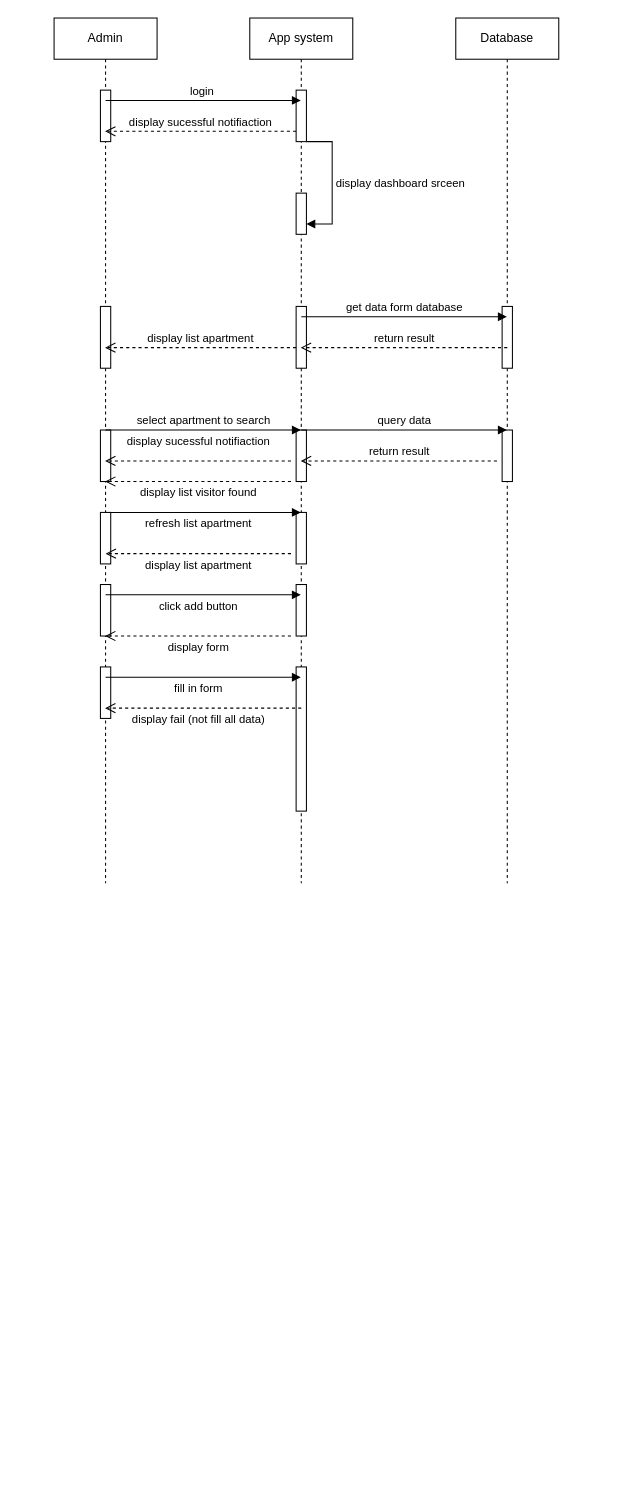
The draw.io diagram page "Page-3" (3 of 4) of diagram/Sequence Diagram 3.drawio in duongminhthanh/app_system_management_visitor_for_old_aparment, before the edit. Source tidied: cells renumbered, new cells numbered last; positions are measured from the earlier drawing's top-left corner, leaving out a move shared by most shapes. Both pictures are drawn from the tidied source at 103%, with x=0, y=0 at pixel (54, 18).
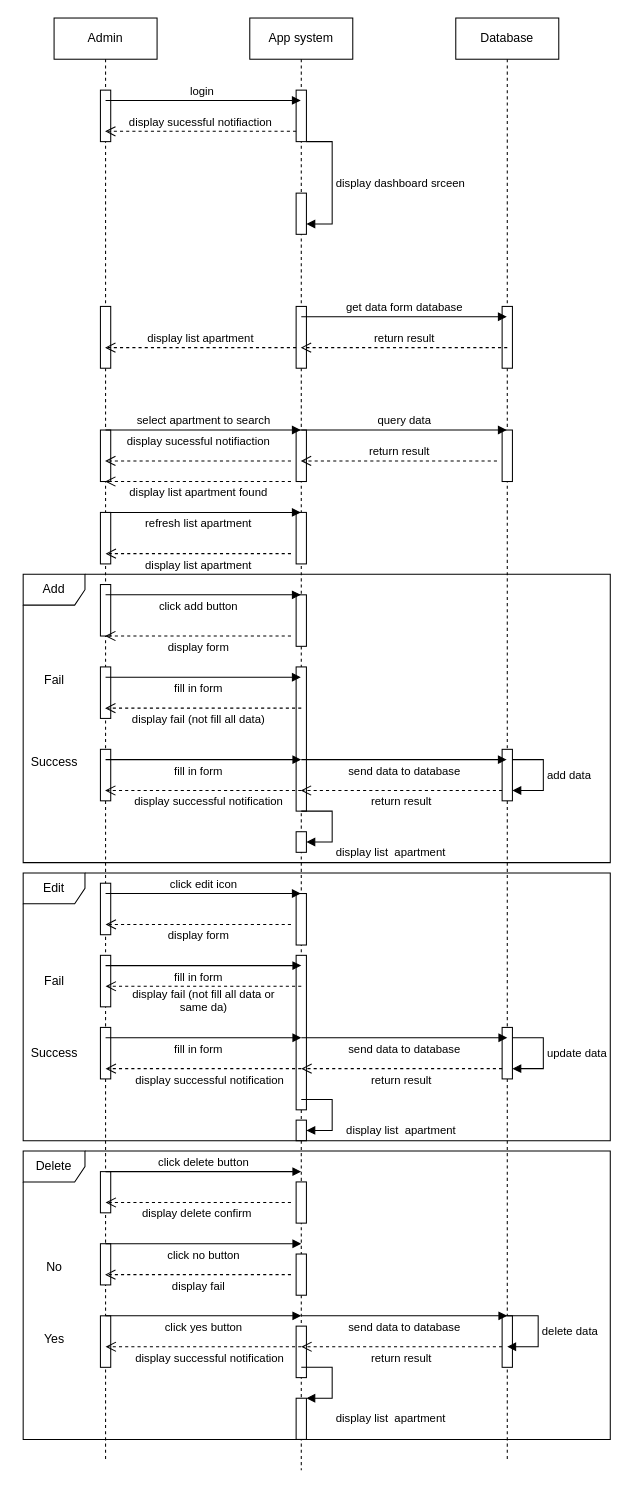
The same page after the edit.

The edit, as a diff of the source:
```diff
@@
     <mxCell id="2" value="Admin" style="shape=umlLifeline;perimeter=lifelinePerimeter;whiteSpace=wrap;html=1;outlineConnect=0;portConstraint=eastwest;newEdgeStyle={&quot;edgeStyle&quot;:&quot;elbowEdgeStyle&quot;,&quot;elbow&quot;:&quot;vertical&quot;,&quot;curved&quot;:0,&quot;rounded&quot;:0};" parent="1" vertex="1">
-      <mxGeometry width="100" height="840" as="geometry" />
+      <mxGeometry width="100" height="1400" as="geometry" />
     </mxCell>
@@
+    <mxCell id="37" style="html=1;perimeter=orthogonalPerimeter;targetShapes=umlLifeline;newEdgeStyle={&quot;edgeStyle&quot;:&quot;elbowEdgeStyle&quot;,&quot;elbow&quot;:&quot;vertical&quot;,&quot;curved&quot;:0,&quot;rounded&quot;:0};" parent="2" vertex="1">
+      <mxGeometry x="45" y="710" width="10" height="50" as="geometry" />
+    </mxCell>
+    <mxCell id="38" style="html=1;perimeter=orthogonalPerimeter;targetShapes=umlLifeline;newEdgeStyle={&quot;edgeStyle&quot;:&quot;elbowEdgeStyle&quot;,&quot;elbow&quot;:&quot;vertical&quot;,&quot;curved&quot;:0,&quot;rounded&quot;:0};" parent="2" vertex="1">
+      <mxGeometry x="45" y="840" width="10" height="50" as="geometry" />
+    </mxCell>
+    <mxCell id="39" style="html=1;perimeter=orthogonalPerimeter;targetShapes=umlLifeline;newEdgeStyle={&quot;edgeStyle&quot;:&quot;elbowEdgeStyle&quot;,&quot;elbow&quot;:&quot;vertical&quot;,&quot;curved&quot;:0,&quot;rounded&quot;:0};" parent="2" vertex="1">
+      <mxGeometry x="45" y="910" width="10" height="50" as="geometry" />
+    </mxCell>
+    <mxCell id="40" style="html=1;perimeter=orthogonalPerimeter;targetShapes=umlLifeline;newEdgeStyle={&quot;edgeStyle&quot;:&quot;elbowEdgeStyle&quot;,&quot;elbow&quot;:&quot;vertical&quot;,&quot;curved&quot;:0,&quot;rounded&quot;:0};" parent="2" vertex="1">
+      <mxGeometry x="45" y="980" width="10" height="50" as="geometry" />
+    </mxCell>
+    <mxCell id="41" style="html=1;perimeter=orthogonalPerimeter;targetShapes=umlLifeline;newEdgeStyle={&quot;edgeStyle&quot;:&quot;elbowEdgeStyle&quot;,&quot;elbow&quot;:&quot;vertical&quot;,&quot;curved&quot;:0,&quot;rounded&quot;:0};" parent="2" vertex="1">
+      <mxGeometry x="45" y="1120" width="10" height="40" as="geometry" />
+    </mxCell>
+    <mxCell id="42" style="html=1;perimeter=orthogonalPerimeter;targetShapes=umlLifeline;newEdgeStyle={&quot;edgeStyle&quot;:&quot;elbowEdgeStyle&quot;,&quot;elbow&quot;:&quot;vertical&quot;,&quot;curved&quot;:0,&quot;rounded&quot;:0};" parent="2" vertex="1">
+      <mxGeometry x="45" y="1190" width="10" height="40" as="geometry" />
+    </mxCell>
+    <mxCell id="43" style="html=1;perimeter=orthogonalPerimeter;targetShapes=umlLifeline;newEdgeStyle={&quot;edgeStyle&quot;:&quot;elbowEdgeStyle&quot;,&quot;elbow&quot;:&quot;vertical&quot;,&quot;curved&quot;:0,&quot;rounded&quot;:0};" parent="2" vertex="1">
+      <mxGeometry x="45" y="1260" width="10" height="50" as="geometry" />
+    </mxCell>
     <mxCell id="9" value="App system" style="shape=umlLifeline;perimeter=lifelinePerimeter;whiteSpace=wrap;html=1;outlineConnect=0;portConstraint=eastwest;newEdgeStyle={&quot;edgeStyle&quot;:&quot;elbowEdgeStyle&quot;,&quot;elbow&quot;:&quot;vertical&quot;,&quot;curved&quot;:0,&quot;rounded&quot;:0};" parent="1" vertex="1">
-      <mxGeometry x="190" width="100" height="840" as="geometry" />
+      <mxGeometry x="190" width="100" height="1410" as="geometry" />
     </mxCell>
@@
     <mxCell id="16" style="html=1;perimeter=orthogonalPerimeter;targetShapes=umlLifeline;newEdgeStyle={&quot;edgeStyle&quot;:&quot;elbowEdgeStyle&quot;,&quot;elbow&quot;:&quot;vertical&quot;,&quot;curved&quot;:0,&quot;rounded&quot;:0};" parent="9" vertex="1">
-      <mxGeometry x="45" y="550" width="10" height="50" as="geometry" />
+      <mxGeometry x="45" y="560" width="10" height="50" as="geometry" />
     </mxCell>
@@
+    <mxCell id="44" style="html=1;points=[];perimeter=orthogonalPerimeter;outlineConnect=0;targetShapes=umlLifeline;portConstraint=eastwest;newEdgeStyle={&quot;edgeStyle&quot;:&quot;elbowEdgeStyle&quot;,&quot;elbow&quot;:&quot;vertical&quot;,&quot;curved&quot;:0,&quot;rounded&quot;:0};" parent="9" vertex="1">
+      <mxGeometry x="45" y="790" width="10" height="20" as="geometry" />
+    </mxCell>
+    <mxCell id="45" value="display list&amp;nbsp; apartment" style="html=1;align=left;spacingLeft=2;endArrow=block;rounded=0;edgeStyle=orthogonalEdgeStyle;curved=0;rounded=0;" parent="9" edge="1" target="44">
+      <mxGeometry x="0.41" y="10" relative="1" as="geometry">
+        <mxPoint x="50" y="770" as="sourcePoint" />
+        <Array as="points">
+          <mxPoint x="80" y="800" />
+        </Array>
+      </mxGeometry>
+    </mxCell>
+    <mxCell id="46" style="html=1;perimeter=orthogonalPerimeter;targetShapes=umlLifeline;newEdgeStyle={&quot;edgeStyle&quot;:&quot;elbowEdgeStyle&quot;,&quot;elbow&quot;:&quot;vertical&quot;,&quot;curved&quot;:0,&quot;rounded&quot;:0};" parent="9" vertex="1">
+      <mxGeometry x="45" y="850" width="10" height="50" as="geometry" />
+    </mxCell>
+    <mxCell id="47" style="html=1;perimeter=orthogonalPerimeter;targetShapes=umlLifeline;newEdgeStyle={&quot;edgeStyle&quot;:&quot;elbowEdgeStyle&quot;,&quot;elbow&quot;:&quot;vertical&quot;,&quot;curved&quot;:0,&quot;rounded&quot;:0};" parent="9" vertex="1">
+      <mxGeometry x="45" y="910" width="10" height="150" as="geometry" />
+    </mxCell>
+    <mxCell id="48" style="html=1;points=[];perimeter=orthogonalPerimeter;outlineConnect=0;targetShapes=umlLifeline;portConstraint=eastwest;newEdgeStyle={&quot;edgeStyle&quot;:&quot;elbowEdgeStyle&quot;,&quot;elbow&quot;:&quot;vertical&quot;,&quot;curved&quot;:0,&quot;rounded&quot;:0};" parent="9" vertex="1">
+      <mxGeometry x="45" y="1070" width="10" height="20" as="geometry" />
+    </mxCell>
+    <mxCell id="49" value="display list&amp;nbsp; apartment" style="html=1;align=left;spacingLeft=2;endArrow=block;rounded=0;edgeStyle=orthogonalEdgeStyle;curved=0;rounded=0;" parent="9" edge="1" target="48">
+      <mxGeometry x="0.41" y="-10" relative="1" as="geometry">
+        <mxPoint x="50" y="1050" as="sourcePoint" />
+        <Array as="points">
+          <mxPoint x="80" y="1080" />
+        </Array>
+        <mxPoint x="10" y="10" as="offset" />
+      </mxGeometry>
+    </mxCell>
+    <mxCell id="50" style="html=1;perimeter=orthogonalPerimeter;targetShapes=umlLifeline;newEdgeStyle={&quot;edgeStyle&quot;:&quot;elbowEdgeStyle&quot;,&quot;elbow&quot;:&quot;vertical&quot;,&quot;curved&quot;:0,&quot;rounded&quot;:0};" parent="9" vertex="1">
+      <mxGeometry x="45" y="1130" width="10" height="40" as="geometry" />
+    </mxCell>
+    <mxCell id="51" style="html=1;perimeter=orthogonalPerimeter;targetShapes=umlLifeline;newEdgeStyle={&quot;edgeStyle&quot;:&quot;elbowEdgeStyle&quot;,&quot;elbow&quot;:&quot;vertical&quot;,&quot;curved&quot;:0,&quot;rounded&quot;:0};" parent="9" vertex="1">
+      <mxGeometry x="45" y="1200" width="10" height="40" as="geometry" />
+    </mxCell>
+    <mxCell id="52" style="html=1;perimeter=orthogonalPerimeter;targetShapes=umlLifeline;newEdgeStyle={&quot;edgeStyle&quot;:&quot;elbowEdgeStyle&quot;,&quot;elbow&quot;:&quot;vertical&quot;,&quot;curved&quot;:0,&quot;rounded&quot;:0};" parent="9" vertex="1">
+      <mxGeometry x="45" y="1270" width="10" height="50" as="geometry" />
+    </mxCell>
+    <mxCell id="53" style="html=1;perimeter=orthogonalPerimeter;targetShapes=umlLifeline;newEdgeStyle={&quot;edgeStyle&quot;:&quot;elbowEdgeStyle&quot;,&quot;elbow&quot;:&quot;vertical&quot;,&quot;curved&quot;:0,&quot;rounded&quot;:0};" parent="9" vertex="1">
+      <mxGeometry x="45" y="1340" width="10" height="40" as="geometry" />
+    </mxCell>
     <mxCell id="18" value="Database" style="shape=umlLifeline;perimeter=lifelinePerimeter;whiteSpace=wrap;html=1;outlineConnect=0;portConstraint=eastwest;newEdgeStyle={&quot;edgeStyle&quot;:&quot;elbowEdgeStyle&quot;,&quot;elbow&quot;:&quot;vertical&quot;,&quot;curved&quot;:0,&quot;rounded&quot;:0};" parent="1" vertex="1">
-      <mxGeometry x="390" width="100" height="840" as="geometry" />
+      <mxGeometry x="390" width="100" height="1400" as="geometry" />
     </mxCell>
@@
+    <mxCell id="54" style="html=1;points=[];perimeter=orthogonalPerimeter;outlineConnect=0;targetShapes=umlLifeline;portConstraint=eastwest;newEdgeStyle={&quot;edgeStyle&quot;:&quot;elbowEdgeStyle&quot;,&quot;elbow&quot;:&quot;vertical&quot;,&quot;curved&quot;:0,&quot;rounded&quot;:0};" parent="18" vertex="1">
+      <mxGeometry x="45" y="710" width="10" height="50" as="geometry" />
+    </mxCell>
+    <mxCell id="55" style="html=1;points=[];perimeter=orthogonalPerimeter;outlineConnect=0;targetShapes=umlLifeline;portConstraint=eastwest;newEdgeStyle={&quot;edgeStyle&quot;:&quot;elbowEdgeStyle&quot;,&quot;elbow&quot;:&quot;vertical&quot;,&quot;curved&quot;:0,&quot;rounded&quot;:0};" parent="18" vertex="1">
+      <mxGeometry x="45" y="980" width="10" height="50" as="geometry" />
+    </mxCell>
+    <mxCell id="56" value="add data" style="html=1;align=left;spacingLeft=2;endArrow=block;rounded=0;edgeStyle=orthogonalEdgeStyle;curved=0;rounded=0;" parent="18" edge="1" target="54">
+      <mxGeometry relative="1" as="geometry">
+        <mxPoint x="55" y="720" as="sourcePoint" />
+        <Array as="points">
+          <mxPoint x="85" y="720" />
+          <mxPoint x="85" y="750" />
+        </Array>
+      </mxGeometry>
+    </mxCell>
+    <mxCell id="57" style="html=1;perimeter=orthogonalPerimeter;targetShapes=umlLifeline;newEdgeStyle={&quot;edgeStyle&quot;:&quot;elbowEdgeStyle&quot;,&quot;elbow&quot;:&quot;vertical&quot;,&quot;curved&quot;:0,&quot;rounded&quot;:0};" parent="18" vertex="1">
+      <mxGeometry x="45" y="1260" width="10" height="50" as="geometry" />
+    </mxCell>
@@
-    <mxCell id="30" value="display list visitor found" style="html=1;verticalAlign=bottom;endArrow=open;dashed=1;endSize=8;edgeStyle=elbowEdgeStyle;elbow=vertical;curved=0;rounded=0;" parent="1" edge="1" target="2">
+    <mxCell id="30" value="display list apartment found" style="html=1;verticalAlign=bottom;endArrow=open;dashed=1;endSize=8;edgeStyle=elbowEdgeStyle;elbow=vertical;curved=0;rounded=0;" parent="1" edge="1" target="2">
       <mxGeometry y="20" relative="1" as="geometry">
         <mxPoint x="230" y="450" as="sourcePoint" />
       </mxGeometry>
     </mxCell>
@@
+    <mxCell id="58" value="fill in form" style="html=1;verticalAlign=bottom;endArrow=block;edgeStyle=elbowEdgeStyle;elbow=vertical;curved=0;rounded=0;" parent="1" edge="1">
+      <mxGeometry x="-0.05" y="-20" relative="1" as="geometry">
+        <mxPoint x="50" y="720" as="sourcePoint" />
+        <mxPoint x="240" y="720" as="targetPoint" />
+      </mxGeometry>
+    </mxCell>
+    <mxCell id="59" value="send data to database" style="html=1;verticalAlign=bottom;endArrow=block;edgeStyle=elbowEdgeStyle;elbow=vertical;curved=0;rounded=0;" parent="1" edge="1" target="18">
+      <mxGeometry y="-20" relative="1" as="geometry">
+        <mxPoint x="240" y="720" as="sourcePoint" />
+      </mxGeometry>
+    </mxCell>
+    <mxCell id="60" value="return result" style="html=1;verticalAlign=bottom;endArrow=open;dashed=1;endSize=8;edgeStyle=elbowEdgeStyle;elbow=vertical;curved=0;rounded=0;" parent="1" edge="1" source="54" target="9">
+      <mxGeometry y="20" relative="1" as="geometry">
+        <Array as="points">
+          <mxPoint x="340" y="750" />
+          <mxPoint x="400" y="760" />
+        </Array>
+      </mxGeometry>
+    </mxCell>
+    <mxCell id="61" value="display successful notification" style="html=1;verticalAlign=bottom;endArrow=open;dashed=1;endSize=8;edgeStyle=elbowEdgeStyle;elbow=vertical;curved=0;rounded=0;" parent="1" edge="1" target="2">
+      <mxGeometry x="-0.06" y="20" relative="1" as="geometry">
+        <mxPoint x="240" y="750" as="sourcePoint" />
+      </mxGeometry>
+    </mxCell>
+    <mxCell id="62" value="click edit icon" style="html=1;verticalAlign=bottom;endArrow=block;edgeStyle=elbowEdgeStyle;elbow=vertical;curved=0;rounded=0;" parent="1" edge="1" target="9">
+      <mxGeometry relative="1" as="geometry">
+        <mxPoint x="50" y="850" as="sourcePoint" />
+      </mxGeometry>
+    </mxCell>
+    <mxCell id="63" value="display form" style="html=1;verticalAlign=bottom;endArrow=open;dashed=1;endSize=8;edgeStyle=elbowEdgeStyle;elbow=vertical;curved=0;rounded=0;" parent="1" edge="1">
+      <mxGeometry y="20" relative="1" as="geometry">
+        <mxPoint x="230" y="880" as="sourcePoint" />
+        <mxPoint x="50" y="880" as="targetPoint" />
+      </mxGeometry>
+    </mxCell>
+    <mxCell id="64" value="fill in form" style="html=1;verticalAlign=bottom;endArrow=block;edgeStyle=elbowEdgeStyle;elbow=vertical;curved=0;rounded=0;" parent="1" edge="1">
+      <mxGeometry x="-0.05" y="-20" relative="1" as="geometry">
+        <mxPoint x="50" y="920" as="sourcePoint" />
+        <mxPoint x="240" y="920" as="targetPoint" />
+      </mxGeometry>
+    </mxCell>
+    <mxCell id="65" value="display fail (not fill all data or &lt;br&gt;same da)" style="html=1;verticalAlign=bottom;endArrow=open;dashed=1;endSize=8;edgeStyle=elbowEdgeStyle;elbow=vertical;curved=0;rounded=0;" parent="1" edge="1">
+      <mxGeometry y="30" relative="1" as="geometry">
+        <mxPoint x="240" y="940" as="sourcePoint" />
+        <mxPoint x="50" y="940" as="targetPoint" />
+      </mxGeometry>
+    </mxCell>
+    <mxCell id="66" value="fill in form" style="html=1;verticalAlign=bottom;endArrow=block;edgeStyle=elbowEdgeStyle;elbow=vertical;curved=0;rounded=0;" parent="1" edge="1">
+      <mxGeometry x="-0.05" y="-20" relative="1" as="geometry">
+        <mxPoint x="50" y="990" as="sourcePoint" />
+        <mxPoint x="240" y="990" as="targetPoint" />
+      </mxGeometry>
+    </mxCell>
+    <mxCell id="67" value="send data to database" style="html=1;verticalAlign=bottom;endArrow=block;edgeStyle=elbowEdgeStyle;elbow=vertical;curved=0;rounded=0;" parent="1" edge="1">
+      <mxGeometry y="-20" relative="1" as="geometry">
+        <mxPoint x="240" y="990" as="sourcePoint" />
+        <mxPoint x="440" y="990" as="targetPoint" />
+      </mxGeometry>
+    </mxCell>
+    <mxCell id="68" value="update data" style="html=1;align=left;spacingLeft=2;endArrow=block;rounded=0;edgeStyle=orthogonalEdgeStyle;curved=0;rounded=0;" parent="1" edge="1" target="55">
+      <mxGeometry relative="1" as="geometry">
+        <mxPoint x="445" y="990" as="sourcePoint" />
+        <Array as="points">
+          <mxPoint x="475" y="990" />
+          <mxPoint x="475" y="1020" />
+        </Array>
+      </mxGeometry>
+    </mxCell>
+    <mxCell id="69" value="return result" style="html=1;verticalAlign=bottom;endArrow=open;dashed=1;endSize=8;edgeStyle=elbowEdgeStyle;elbow=vertical;curved=0;rounded=0;" parent="1" edge="1">
+      <mxGeometry y="20" relative="1" as="geometry">
+        <mxPoint x="435" y="1020" as="sourcePoint" />
+        <mxPoint x="240" y="1020" as="targetPoint" />
+        <Array as="points">
+          <mxPoint x="340" y="1020" />
+          <mxPoint x="400" y="1030" />
+        </Array>
+      </mxGeometry>
+    </mxCell>
+    <mxCell id="70" value="display successful notification" style="html=1;verticalAlign=bottom;endArrow=open;dashed=1;endSize=8;edgeStyle=elbowEdgeStyle;elbow=vertical;curved=0;rounded=0;" parent="1" edge="1">
+      <mxGeometry x="-0.06" y="20" relative="1" as="geometry">
+        <mxPoint x="240" y="1020" as="sourcePoint" />
+        <mxPoint x="50" y="1020" as="targetPoint" />
+      </mxGeometry>
+    </mxCell>
+    <mxCell id="71" value="Add" style="shape=umlFrame;whiteSpace=wrap;html=1;" parent="1" vertex="1">
+      <mxGeometry x="-30" y="540" width="570" height="280" as="geometry" />
+    </mxCell>
+    <mxCell id="72" value="click delete button" style="html=1;verticalAlign=bottom;endArrow=block;edgeStyle=elbowEdgeStyle;elbow=vertical;curved=0;rounded=0;" parent="1" edge="1">
+      <mxGeometry relative="1" as="geometry">
+        <mxPoint x="50" y="1120" as="sourcePoint" />
+        <mxPoint x="240" y="1120" as="targetPoint" />
+      </mxGeometry>
+    </mxCell>
+    <mxCell id="73" value="display delete confirm&amp;nbsp;" style="html=1;verticalAlign=bottom;endArrow=open;dashed=1;endSize=8;edgeStyle=elbowEdgeStyle;elbow=vertical;curved=0;rounded=0;" parent="1" edge="1">
+      <mxGeometry y="20" relative="1" as="geometry">
+        <mxPoint x="230" y="1150" as="sourcePoint" />
+        <mxPoint x="50" y="1150" as="targetPoint" />
+      </mxGeometry>
+    </mxCell>
+    <mxCell id="74" value="Fail" style="text;html=1;align=center;verticalAlign=middle;strokeColor=none;fillColor=none;" parent="1" vertex="1">
+      <mxGeometry x="-20" y="628" width="40" height="30" as="geometry" />
+    </mxCell>
+    <mxCell id="75" value="Success" style="text;html=1;align=center;verticalAlign=middle;strokeColor=none;fillColor=none;" parent="1" vertex="1">
+      <mxGeometry x="-35" y="708" width="70" height="30" as="geometry" />
+    </mxCell>
+    <mxCell id="76" value="click no button" style="html=1;verticalAlign=bottom;endArrow=block;edgeStyle=elbowEdgeStyle;elbow=vertical;curved=0;rounded=0;" parent="1" edge="1">
+      <mxGeometry y="-20" relative="1" as="geometry">
+        <mxPoint x="50" y="1190" as="sourcePoint" />
+        <mxPoint x="240" y="1190" as="targetPoint" />
+      </mxGeometry>
+    </mxCell>
+    <mxCell id="77" value="display fail" style="html=1;verticalAlign=bottom;endArrow=open;dashed=1;endSize=8;edgeStyle=elbowEdgeStyle;elbow=vertical;curved=0;rounded=0;" parent="1" edge="1" target="2">
+      <mxGeometry y="20" relative="1" as="geometry">
+        <mxPoint x="230" y="1220" as="sourcePoint" />
+      </mxGeometry>
+    </mxCell>
+    <mxCell id="78" value="click yes button" style="html=1;verticalAlign=bottom;endArrow=block;edgeStyle=elbowEdgeStyle;elbow=vertical;curved=0;rounded=0;" parent="1" edge="1">
+      <mxGeometry y="-20" relative="1" as="geometry">
+        <mxPoint x="50" y="1260" as="sourcePoint" />
+        <mxPoint x="240" y="1260" as="targetPoint" />
+      </mxGeometry>
+    </mxCell>
+    <mxCell id="79" value="send data to database" style="html=1;verticalAlign=bottom;endArrow=block;edgeStyle=elbowEdgeStyle;elbow=vertical;curved=0;rounded=0;" parent="1" edge="1">
+      <mxGeometry y="-20" relative="1" as="geometry">
+        <mxPoint x="240" y="1260" as="sourcePoint" />
+        <mxPoint x="440" y="1260" as="targetPoint" />
+      </mxGeometry>
+    </mxCell>
+    <mxCell id="80" value="delete data" style="html=1;align=left;spacingLeft=2;endArrow=block;rounded=0;edgeStyle=orthogonalEdgeStyle;curved=0;rounded=0;" parent="1" edge="1">
+      <mxGeometry relative="1" as="geometry">
+        <mxPoint x="440" y="1260" as="sourcePoint" />
+        <mxPoint x="440" y="1290" as="targetPoint" />
+        <Array as="points">
+          <mxPoint x="470" y="1260" />
+          <mxPoint x="470" y="1290" />
+        </Array>
+      </mxGeometry>
+    </mxCell>
+    <mxCell id="81" value="return result" style="html=1;verticalAlign=bottom;endArrow=open;dashed=1;endSize=8;edgeStyle=elbowEdgeStyle;elbow=vertical;curved=0;rounded=0;" parent="1" edge="1">
+      <mxGeometry y="20" relative="1" as="geometry">
+        <mxPoint x="435" y="1290" as="sourcePoint" />
+        <mxPoint x="240" y="1290" as="targetPoint" />
+        <Array as="points">
+          <mxPoint x="340" y="1290" />
+          <mxPoint x="400" y="1300" />
+        </Array>
+      </mxGeometry>
+    </mxCell>
+    <mxCell id="82" value="display successful notification" style="html=1;verticalAlign=bottom;endArrow=open;dashed=1;endSize=8;edgeStyle=elbowEdgeStyle;elbow=vertical;curved=0;rounded=0;" parent="1" edge="1">
+      <mxGeometry x="-0.06" y="20" relative="1" as="geometry">
+        <mxPoint x="240" y="1290" as="sourcePoint" />
+        <mxPoint x="50" y="1290" as="targetPoint" />
+      </mxGeometry>
+    </mxCell>
+    <mxCell id="83" value="display list&amp;nbsp; apartment" style="html=1;align=left;spacingLeft=2;endArrow=block;rounded=0;edgeStyle=orthogonalEdgeStyle;curved=0;rounded=0;" parent="1" edge="1">
+      <mxGeometry x="0.41" y="20" relative="1" as="geometry">
+        <mxPoint x="240" y="1310" as="sourcePoint" />
+        <mxPoint x="245" y="1340" as="targetPoint" />
+        <Array as="points">
+          <mxPoint x="270" y="1340" />
+        </Array>
+      </mxGeometry>
+    </mxCell>
+    <mxCell id="84" value="Edit" style="shape=umlFrame;whiteSpace=wrap;html=1;" parent="1" vertex="1">
+      <mxGeometry x="-30" y="830" width="570" height="260" as="geometry" />
+    </mxCell>
+    <mxCell id="85" value="Fail" style="text;html=1;align=center;verticalAlign=middle;strokeColor=none;fillColor=none;" parent="1" vertex="1">
+      <mxGeometry x="-20" y="920" width="40" height="30" as="geometry" />
+    </mxCell>
+    <mxCell id="86" value="Success" style="text;html=1;align=center;verticalAlign=middle;strokeColor=none;fillColor=none;" parent="1" vertex="1">
+      <mxGeometry x="-35" y="990" width="70" height="30" as="geometry" />
+    </mxCell>
+    <mxCell id="87" value="Delete" style="shape=umlFrame;whiteSpace=wrap;html=1;" parent="1" vertex="1">
+      <mxGeometry x="-30" y="1100" width="570" height="280" as="geometry" />
+    </mxCell>
+    <mxCell id="88" value="No" style="text;html=1;align=center;verticalAlign=middle;strokeColor=none;fillColor=none;" parent="1" vertex="1">
+      <mxGeometry x="-20" y="1198" width="40" height="30" as="geometry" />
+    </mxCell>
+    <mxCell id="89" value="Yes" style="text;html=1;align=center;verticalAlign=middle;strokeColor=none;fillColor=none;" parent="1" vertex="1">
+      <mxGeometry x="-20" y="1268" width="40" height="30" as="geometry" />
+    </mxCell>
```
